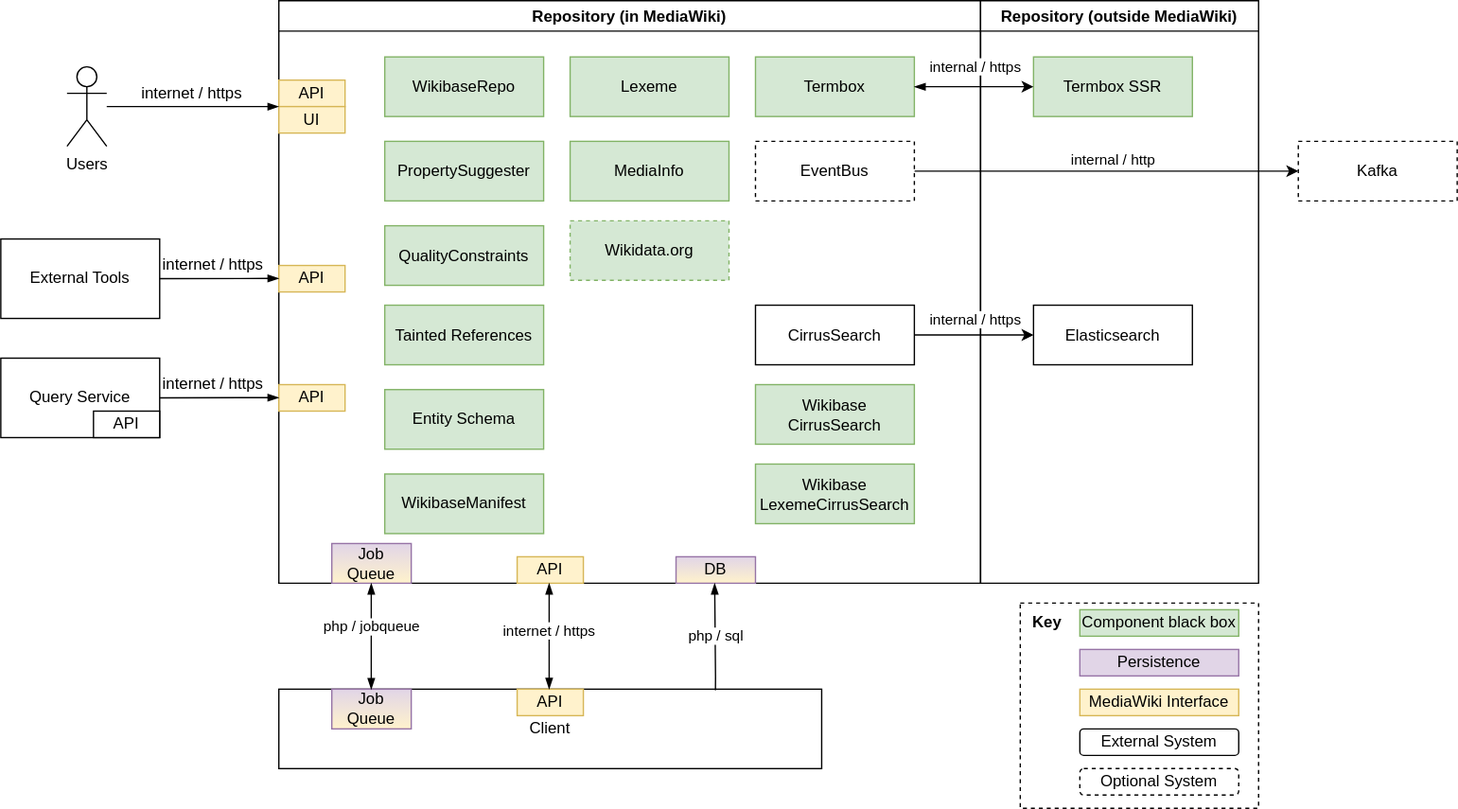
Above: systems/Repository/diagrams/03-technical-context.drawio.svg in wmde/wikidata-wikibase-architecture (draw.io), before the change. Source tidied: cells renumbered, new cells last; positions are measured from the earlier drawing's top-left corner, leaving out a move shared by most shapes.
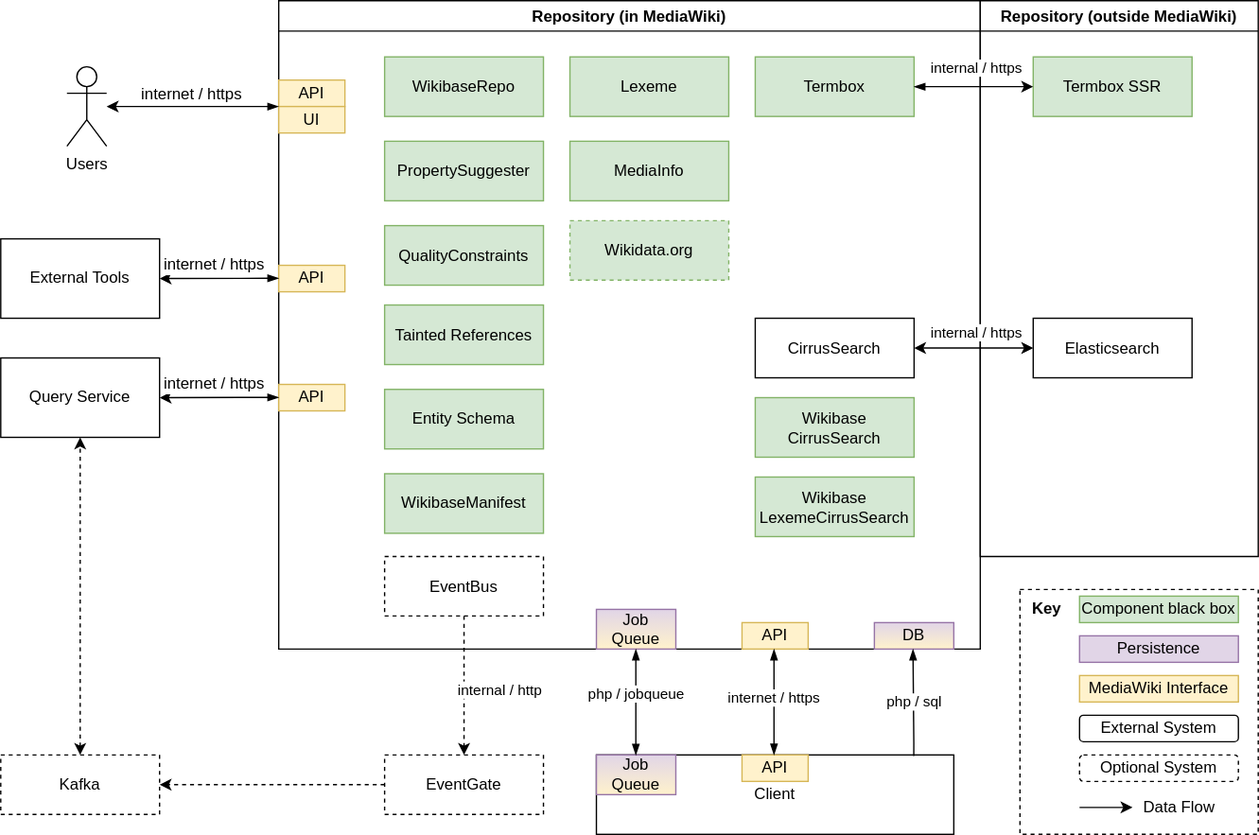
After the change.

Commit message:
Add kafka -> query connection in repo context

What changed in the source:
```diff
@@ -3,25 +3,25 @@
     <mxCell id="0" />
     <mxCell id="1" parent="0" />
     <mxCell id="2" style="rounded=0;whiteSpace=wrap;html=1;fillColor=none;dashed=1;" parent="1" vertex="1">
-      <mxGeometry x="770" y="455" width="180" height="155" as="geometry" />
+      <mxGeometry x="770" y="445" width="180" height="185" as="geometry" />
     </mxCell>
     <mxCell id="3" value="&lt;b&gt;Key&lt;/b&gt;" style="text;html=1;align=center;verticalAlign=middle;strokeColor=none;" parent="1" vertex="1">
-      <mxGeometry x="770" y="460" width="40" height="20" as="geometry" />
+      <mxGeometry x="770" y="450" width="40" height="20" as="geometry" />
     </mxCell>
     <mxCell id="4" value="Component black box" style="rounded=0;whiteSpace=wrap;html=1;align=center;fillColor=#d5e8d4;strokeColor=#82b366;" parent="1" vertex="1">
-      <mxGeometry x="815" y="460" width="120" height="20" as="geometry" />
+      <mxGeometry x="815" y="450" width="120" height="20" as="geometry" />
     </mxCell>
     <mxCell id="5" value="External System" style="rounded=1;whiteSpace=wrap;html=1;align=center;" parent="1" vertex="1">
-      <mxGeometry x="815" y="550" width="120" height="20" as="geometry" />
+      <mxGeometry x="815" y="540" width="120" height="20" as="geometry" />
     </mxCell>
     <mxCell id="6" value="MediaWiki Interface" style="rounded=0;whiteSpace=wrap;html=1;align=center;fillColor=#fff2cc;strokeColor=#d6b656;" parent="1" vertex="1">
-      <mxGeometry x="815" y="520" width="120" height="20" as="geometry" />
+      <mxGeometry x="815" y="510" width="120" height="20" as="geometry" />
     </mxCell>
     <mxCell id="7" value="Persistence" style="rounded=0;whiteSpace=wrap;html=1;align=center;fillColor=#e1d5e7;strokeColor=#9673a6;" parent="1" vertex="1">
-      <mxGeometry x="815" y="490" width="120" height="20" as="geometry" />
+      <mxGeometry x="815" y="480" width="120" height="20" as="geometry" />
     </mxCell>
     <mxCell id="8" value="Repository (in MediaWiki)" style="swimlane;" parent="1" vertex="1">
-      <mxGeometry x="210" width="530" height="440" as="geometry" />
+      <mxGeometry x="210" width="530" height="490" as="geometry" />
     </mxCell>
     <mxCell id="9" value="API" style="rounded=0;whiteSpace=wrap;html=1;fillColor=#fff2cc;strokeColor=#d6b656;" parent="8" vertex="1">
       <mxGeometry y="60" width="50" height="20" as="geometry" />
@@ -30,10 +30,10 @@
       <mxGeometry y="80" width="50" height="20" as="geometry" />
     </mxCell>
     <mxCell id="11" value="Job Queue" style="rounded=0;whiteSpace=wrap;html=1;strokeColor=#9673a6;fillColor=#e1d5e7;gradientColor=#FFF2CC;" parent="8" vertex="1">
-      <mxGeometry x="40" y="410" width="60" height="30" as="geometry" />
+      <mxGeometry x="240" y="460" width="60" height="30" as="geometry" />
     </mxCell>
     <mxCell id="12" value="API" style="rounded=0;whiteSpace=wrap;html=1;fillColor=#fff2cc;strokeColor=#d6b656;" parent="8" vertex="1">
-      <mxGeometry x="180" y="420" width="50" height="20" as="geometry" />
+      <mxGeometry x="350" y="470" width="50" height="20" as="geometry" />
     </mxCell>
     <mxCell id="13" value="WikibaseRepo" style="rounded=0;whiteSpace=wrap;html=1;fillColor=#d5e8d4;strokeColor=#82b366;" parent="8" vertex="1">
       <mxGeometry x="80" y="42.5" width="120" height="45" as="geometry" />
@@ -42,19 +42,19 @@
       <mxGeometry x="80" y="106.2" width="120" height="45" as="geometry" />
     </mxCell>
     <mxCell id="15" value="DB" style="rounded=0;whiteSpace=wrap;html=1;strokeColor=#9673a6;fillColor=#e1d5e7;gradientColor=#FFF2CC;" parent="8" vertex="1">
-      <mxGeometry x="300" y="420" width="60" height="20" as="geometry" />
+      <mxGeometry x="450" y="470" width="60" height="20" as="geometry" />
     </mxCell>
     <mxCell id="16" value="QualityConstraints" style="rounded=0;whiteSpace=wrap;html=1;fillColor=#d5e8d4;strokeColor=#82b366;" parent="8" vertex="1">
       <mxGeometry x="80" y="170" width="120" height="45" as="geometry" />
     </mxCell>
     <mxCell id="17" value="Wikibase&lt;br&gt;CirrusSearch" style="rounded=0;whiteSpace=wrap;html=1;fillColor=#d5e8d4;strokeColor=#82b366;" parent="8" vertex="1">
-      <mxGeometry x="360" y="290" width="120" height="45" as="geometry" />
+      <mxGeometry x="360" y="300" width="120" height="45" as="geometry" />
     </mxCell>
     <mxCell id="18" value="Wikibase&lt;br&gt;LexemeCirrusSearch" style="rounded=0;whiteSpace=wrap;html=1;fillColor=#d5e8d4;strokeColor=#82b366;" parent="8" vertex="1">
-      <mxGeometry x="360" y="350" width="120" height="45" as="geometry" />
+      <mxGeometry x="360" y="360" width="120" height="45" as="geometry" />
     </mxCell>
     <mxCell id="19" value="CirrusSearch" style="rounded=0;whiteSpace=wrap;html=1;" parent="8" vertex="1">
-      <mxGeometry x="360" y="230" width="120" height="45" as="geometry" />
+      <mxGeometry x="360" y="240" width="120" height="45" as="geometry" />
     </mxCell>
     <mxCell id="20" value="API" style="rounded=0;whiteSpace=wrap;html=1;fillColor=#fff2cc;strokeColor=#d6b656;" parent="8" vertex="1">
       <mxGeometry y="200" width="50" height="20" as="geometry" />
@@ -62,7 +62,7 @@
     <mxCell id="21" value="API" style="rounded=0;whiteSpace=wrap;html=1;fillColor=#fff2cc;strokeColor=#d6b656;" parent="8" vertex="1">
       <mxGeometry y="290" width="50" height="20" as="geometry" />
     </mxCell>
-    <mxCell id="22" style="endArrow=blockThin;strokeColor=#000000;fontSize=10;fontColor=#000000;strokeWidth=1;endFill=1;startArrow=none;startFill=0;entryX=0;entryY=0;entryDx=0;entryDy=0;" parent="8" edge="1">
+    <mxCell id="22" style="endArrow=blockThin;strokeColor=#000000;fontSize=10;fontColor=#000000;strokeWidth=1;endFill=1;startArrow=classic;startFill=1;entryX=0;entryY=0;entryDx=0;entryDy=0;" parent="8" edge="1">
       <mxGeometry relative="1" as="geometry">
         <mxPoint x="-90" y="300" as="sourcePoint" />
         <mxPoint y="299.8" as="targetPoint" />
@@ -94,24 +94,13 @@
     <mxCell id="30" value="Wikidata.org" style="rounded=0;whiteSpace=wrap;html=1;fillColor=#d5e8d4;strokeColor=#82b366;dashed=1;" parent="8" vertex="1">
       <mxGeometry x="220" y="166.2" width="120" height="45" as="geometry" />
     </mxCell>
-    <mxCell id="31" style="edgeStyle=orthogonalEdgeStyle;rounded=0;jettySize=auto;html=1;entryX=0;entryY=0.5;entryDx=0;entryDy=0;" parent="8" edge="1" source="33" target="34">
-      <mxGeometry relative="1" as="geometry" />
-    </mxCell>
-    <mxCell id="32" value="internal / http" style="edgeLabel;html=1;align=center;verticalAlign=middle;" parent="31" vertex="1">
-      <mxGeometry x="-0.17" y="-3" relative="1" as="geometry">
-        <mxPoint x="29" y="-12" as="offset" />
-      </mxGeometry>
-    </mxCell>
     <mxCell id="33" value="EventBus" style="rounded=0;whiteSpace=wrap;html=1;dashed=1;" parent="8" vertex="1">
-      <mxGeometry x="360" y="106.2" width="120" height="45" as="geometry" />
+      <mxGeometry x="80" y="420" width="120" height="45" as="geometry" />
     </mxCell>
-    <mxCell id="34" value="Kafka" style="rounded=0;whiteSpace=wrap;html=1;dashed=1;" parent="8" vertex="1">
-      <mxGeometry x="770" y="106.2" width="120" height="45" as="geometry" />
-    </mxCell>
     <mxCell id="35" value="Users" style="shape=umlActor;verticalLabelPosition=bottom;verticalAlign=top;html=1;" parent="1" vertex="1">
       <mxGeometry x="50" y="50" width="30" height="60" as="geometry" />
     </mxCell>
-    <mxCell id="36" style="endArrow=blockThin;strokeColor=#000000;fontSize=10;fontColor=#000000;strokeWidth=1;endFill=1;startArrow=none;startFill=0;entryX=0;entryY=0;entryDx=0;entryDy=0;" parent="1" edge="1">
+    <mxCell id="36" style="endArrow=blockThin;strokeColor=#000000;fontSize=10;fontColor=#000000;strokeWidth=1;endFill=1;startArrow=classic;startFill=1;entryX=0;entryY=0;entryDx=0;entryDy=0;" parent="1" edge="1">
       <mxGeometry relative="1" as="geometry">
         <mxPoint x="80" y="80" as="sourcePoint" />
         <mxPoint x="210" y="80" as="targetPoint" />
@@ -126,18 +115,18 @@
       <mxGeometry y="180" width="120" height="60" as="geometry" />
     </mxCell>
     <mxCell id="39" value="Client" style="rounded=0;whiteSpace=wrap;html=1;" parent="1" vertex="1">
-      <mxGeometry x="210" y="520" width="410" height="60" as="geometry" />
+      <mxGeometry x="450" y="570" width="270" height="60" as="geometry" />
     </mxCell>
     <mxCell id="40" value="Job Queue" style="rounded=0;whiteSpace=wrap;html=1;strokeColor=#9673a6;fillColor=#e1d5e7;gradientColor=#FFF2CC;" parent="1" vertex="1">
-      <mxGeometry x="250" y="520" width="60" height="30" as="geometry" />
+      <mxGeometry x="450" y="570" width="60" height="30" as="geometry" />
     </mxCell>
     <mxCell id="41" value="API" style="rounded=0;whiteSpace=wrap;html=1;fillColor=#fff2cc;strokeColor=#d6b656;" parent="1" vertex="1">
-      <mxGeometry x="390" y="520" width="50" height="20" as="geometry" />
+      <mxGeometry x="560" y="570" width="50" height="20" as="geometry" />
     </mxCell>
     <mxCell id="42" style="edgeStyle=orthogonalEdgeStyle;rounded=0;orthogonalLoop=1;jettySize=auto;html=1;entryX=0.5;entryY=1;entryDx=0;entryDy=0;startArrow=blockThin;startFill=1;endArrow=blockThin;endFill=1;" parent="1" edge="1">
       <mxGeometry relative="1" as="geometry">
-        <mxPoint x="279.8" y="520.2" as="sourcePoint" />
-        <mxPoint x="279.8" y="440" as="targetPoint" />
+        <mxPoint x="479.8" y="570.2" as="sourcePoint" />
+        <mxPoint x="479.8" y="490" as="targetPoint" />
       </mxGeometry>
     </mxCell>
     <mxCell id="43" value="php / jobqueue" style="edgeLabel;html=1;align=center;verticalAlign=middle;" parent="42" vertex="1">
@@ -146,13 +135,10 @@
     <mxCell id="44" value="Query Service" style="rounded=0;whiteSpace=wrap;html=1;" parent="1" vertex="1">
       <mxGeometry y="270" width="120" height="60" as="geometry" />
     </mxCell>
-    <mxCell id="45" value="API" style="rounded=0;whiteSpace=wrap;html=1;" parent="1" vertex="1">
-      <mxGeometry x="70" y="310" width="50" height="20" as="geometry" />
-    </mxCell>
     <mxCell id="46" style="edgeStyle=orthogonalEdgeStyle;rounded=0;orthogonalLoop=1;jettySize=auto;html=1;startArrow=blockThin;startFill=1;endArrow=blockThin;endFill=1;" parent="1" edge="1">
       <mxGeometry relative="1" as="geometry">
-        <mxPoint x="414.2" y="440" as="sourcePoint" />
-        <mxPoint x="414.2" y="520" as="targetPoint" />
+        <mxPoint x="584.2" y="490" as="sourcePoint" />
+        <mxPoint x="584.2" y="570" as="targetPoint" />
       </mxGeometry>
     </mxCell>
     <mxCell id="47" value="internet / https" style="edgeLabel;html=1;align=center;verticalAlign=middle;" parent="46" vertex="1">
@@ -160,10 +146,10 @@
     </mxCell>
     <mxCell id="48" style="edgeStyle=orthogonalEdgeStyle;rounded=0;orthogonalLoop=1;jettySize=auto;html=1;exitX=0.816;exitY=0.01;exitDx=0;exitDy=0;endArrow=blockThin;endFill=1;exitPerimeter=0;" parent="1" edge="1">
       <mxGeometry relative="1" as="geometry">
-        <mxPoint x="539.8" y="520.8" as="sourcePoint" />
-        <mxPoint x="539.2" y="440" as="targetPoint" />
+        <mxPoint x="689.8" y="570.8" as="sourcePoint" />
+        <mxPoint x="689.2" y="490" as="targetPoint" />
         <Array as="points">
-          <mxPoint x="539.2" y="511" />
+          <mxPoint x="689.2" y="561" />
         </Array>
       </mxGeometry>
     </mxCell>
@@ -172,7 +158,7 @@
         <mxPoint x="-2" y="-5" as="offset" />
       </mxGeometry>
     </mxCell>
-    <mxCell id="50" style="endArrow=blockThin;strokeColor=#000000;fontSize=10;fontColor=#000000;strokeWidth=1;endFill=1;startArrow=none;startFill=0;entryX=0;entryY=0;entryDx=0;entryDy=0;" parent="1" edge="1">
+    <mxCell id="50" style="endArrow=blockThin;strokeColor=#000000;fontSize=10;fontColor=#000000;strokeWidth=1;endFill=1;startArrow=classic;startFill=1;entryX=0;entryY=0;entryDx=0;entryDy=0;" parent="1" edge="1">
       <mxGeometry relative="1" as="geometry">
         <mxPoint x="120" y="210" as="sourcePoint" />
         <mxPoint x="210" y="209.8" as="targetPoint" />
@@ -184,13 +170,13 @@
       </mxGeometry>
     </mxCell>
     <mxCell id="52" value="Repository (outside MediaWiki)" style="swimlane;" parent="1" vertex="1">
-      <mxGeometry x="740" width="210" height="440" as="geometry" />
+      <mxGeometry x="740" width="210" height="420" as="geometry" />
     </mxCell>
     <mxCell id="53" value="Termbox SSR" style="rounded=0;whiteSpace=wrap;html=1;fillColor=#d5e8d4;strokeColor=#82b366;" parent="52" vertex="1">
       <mxGeometry x="40" y="42.5" width="120" height="45" as="geometry" />
     </mxCell>
     <mxCell id="54" value="Elasticsearch" style="rounded=0;whiteSpace=wrap;html=1;" parent="52" vertex="1">
-      <mxGeometry x="40" y="230" width="120" height="45" as="geometry" />
+      <mxGeometry x="40" y="240" width="120" height="45" as="geometry" />
     </mxCell>
     <mxCell id="55" style="edgeStyle=orthogonalEdgeStyle;rounded=0;jettySize=auto;html=1;startArrow=blockThin;startFill=1;" parent="1" edge="1" source="24" target="53">
       <mxGeometry relative="1" as="geometry" />
@@ -200,7 +186,7 @@
         <mxPoint x="7" y="-16" as="offset" />
       </mxGeometry>
     </mxCell>
-    <mxCell id="57" style="edgeStyle=orthogonalEdgeStyle;rounded=0;jettySize=auto;html=1;entryX=0;entryY=0.5;entryDx=0;entryDy=0;startArrow=none;startFill=0;" parent="1" edge="1" source="19" target="54">
+    <mxCell id="57" style="edgeStyle=orthogonalEdgeStyle;rounded=0;jettySize=auto;html=1;entryX=0;entryY=0.5;entryDx=0;entryDy=0;startArrow=classic;startFill=1;" parent="1" edge="1" source="19" target="54">
       <mxGeometry relative="1" as="geometry" />
     </mxCell>
     <mxCell id="58" value="internal / https" style="edgeLabel;html=1;align=center;verticalAlign=middle;" parent="57" vertex="1">
@@ -209,7 +195,36 @@
       </mxGeometry>
     </mxCell>
     <mxCell id="59" value="Optional System" style="rounded=1;whiteSpace=wrap;html=1;align=center;dashed=1;" parent="1" vertex="1">
-      <mxGeometry x="815" y="580" width="120" height="20" as="geometry" />
+      <mxGeometry x="815" y="570" width="120" height="20" as="geometry" />
     </mxCell>
+    <mxCell id="60" style="edgeStyle=orthogonalEdgeStyle;rounded=0;jettySize=auto;html=1;entryX=0.5;entryY=1;entryDx=0;entryDy=0;startArrow=classic;startFill=1;dashed=1;" parent="1" edge="1" source="61" target="44">
+      <mxGeometry relative="1" as="geometry" />
+    </mxCell>
+    <mxCell id="61" value="Kafka" style="rounded=0;whiteSpace=wrap;html=1;dashed=1;" parent="1" vertex="1">
+      <mxGeometry y="570" width="120" height="45" as="geometry" />
+    </mxCell>
+    <mxCell id="62" style="edgeStyle=orthogonalEdgeStyle;rounded=0;jettySize=auto;html=1;entryX=1;entryY=0.5;entryDx=0;entryDy=0;exitX=0;exitY=0.5;exitDx=0;exitDy=0;dashed=1;" parent="1" edge="1" source="34" target="61">
+      <mxGeometry relative="1" as="geometry" />
+    </mxCell>
+    <mxCell id="34" value="EventGate" style="rounded=0;whiteSpace=wrap;html=1;dashed=1;" parent="1" vertex="1">
+      <mxGeometry x="290" y="570" width="120" height="45" as="geometry" />
+    </mxCell>
+    <mxCell id="31" style="edgeStyle=orthogonalEdgeStyle;rounded=0;jettySize=auto;html=1;entryX=0.5;entryY=0;entryDx=0;entryDy=0;exitX=0.5;exitY=1;exitDx=0;exitDy=0;dashed=1;" parent="1" edge="1" source="33" target="34">
+      <mxGeometry relative="1" as="geometry" />
+    </mxCell>
+    <mxCell id="32" value="internal / http" style="edgeLabel;html=1;align=center;verticalAlign=middle;" parent="31" vertex="1">
+      <mxGeometry x="-0.17" y="-3" relative="1" as="geometry">
+        <mxPoint x="29" y="11" as="offset" />
+      </mxGeometry>
+    </mxCell>
+    <mxCell id="63" style="endArrow=classic;html=1;" parent="1" edge="1">
+      <mxGeometry relative="1" as="geometry">
+        <mxPoint x="815" y="609.7" as="sourcePoint" />
+        <mxPoint x="855" y="609.7" as="targetPoint" />
+      </mxGeometry>
+    </mxCell>
+    <mxCell id="64" value="Data Flow" style="text;html=1;align=center;verticalAlign=middle;strokeColor=none;" parent="1" vertex="1">
+      <mxGeometry x="855" y="600" width="70" height="20" as="geometry" />
+    </mxCell>
   </root>
 </mxGraphModel>
```
